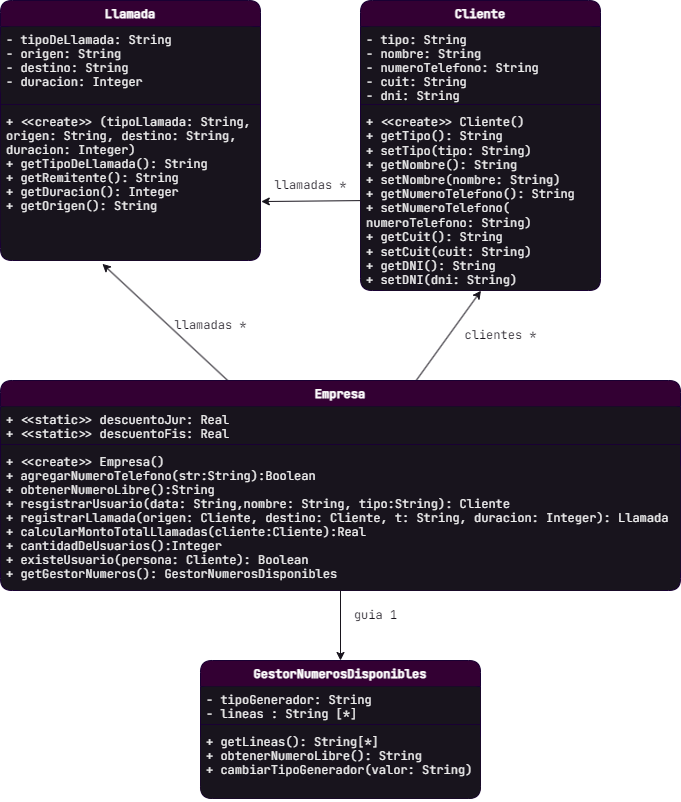
Above: Objetos2/Refactoring/Ejercicio 2 -/ejercicio_refactoring/uml.png in Kelisei/3er-anio-unlp (draw.io), before the change. Source tidied: cells renumbered, new cells last; positions are measured from the earlier drawing's top-left corner, leaving out a move shared by most shapes.
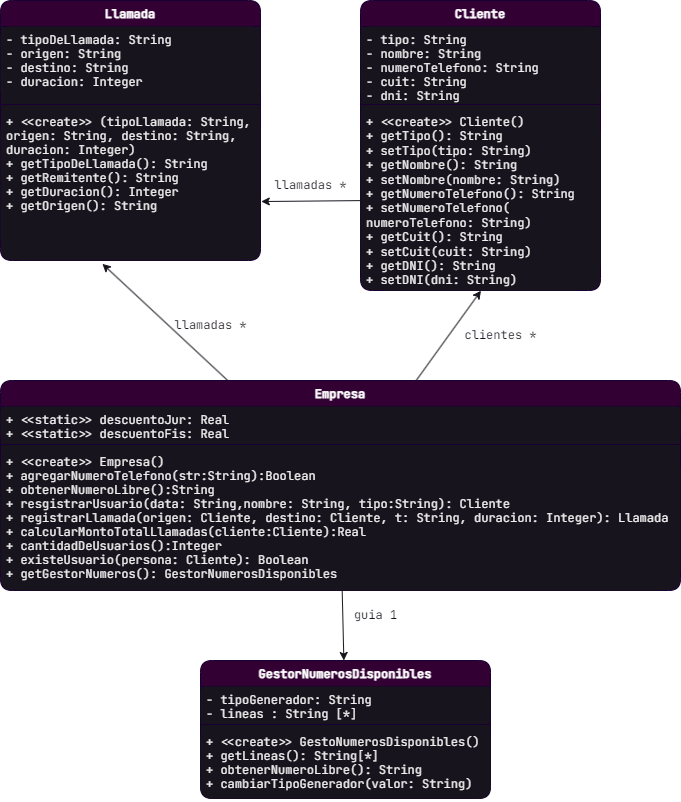
The same file after the commit.

What changed in the source:
```diff
@@ -1,18 +1,18 @@
-<mxGraphModel background="#ffffff">
+<mxGraphModel>
   <root>
     <mxCell id="0" />
     <mxCell id="1" parent="0" />
     <mxCell id="2" value="GestorNumerosDisponibles" style="swimlane;fontStyle=1;align=center;verticalAlign=top;horizontal=1;startSize=26;fontFamily=JetBrains Mono;fontSource=https%3A%2F%2Ffonts.googleapis.com%2Fcss%3Ffamily%3DJetBrains%2BMono;swimlaneFillColor=#18141D;fillColor=#330033;fontColor=#ffffff;strokeColor=#190033;rounded=1;" parent="1" vertex="1">
-      <mxGeometry x="200" y="660" width="280" height="138" as="geometry" />
+      <mxGeometry x="200" y="660" width="290" height="138" as="geometry" />
     </mxCell>
     <mxCell id="3" value="- tipoGenerador: String&#10;- lineas : String [*]" style="text;strokeColor=none;fillColor=#18141D;align=left;verticalAlign=top;spacingLeft=4;spacingRight=4;overflow=hidden;fontFamily=JetBrains Mono;fontSource=https%3A%2F%2Ffonts.googleapis.com%2Fcss%3Ffamily%3DJetBrains%2BMono;rounded=1;fontColor=#F0F0F0;" parent="2" vertex="1">
-      <mxGeometry y="26" width="280" height="34" as="geometry" />
+      <mxGeometry y="26" width="290" height="34" as="geometry" />
     </mxCell>
     <mxCell id="4" style="line;strokeWidth=1;fillColor=none;align=left;verticalAlign=middle;spacingTop=-1;spacingLeft=3;spacingRight=3;labelPosition=right;strokeColor=inherit;fontFamily=JetBrains Mono;fontSource=https%3A%2F%2Ffonts.googleapis.com%2Fcss%3Ffamily%3DJetBrains%2BMono;rounded=1;" parent="2" vertex="1">
-      <mxGeometry y="60" width="280" height="8" as="geometry" />
+      <mxGeometry y="60" width="290" height="8" as="geometry" />
     </mxCell>
-    <mxCell id="5" value="+ getLineas(): String[*]&#10;+ obtenerNumeroLibre(): String&#10;+ cambiarTipoGenerador(valor: String)" style="text;strokeColor=none;fillColor=#18141D;align=left;verticalAlign=top;spacingLeft=4;spacingRight=4;overflow=hidden;fontFamily=JetBrains Mono;fontSource=https%3A%2F%2Ffonts.googleapis.com%2Fcss%3Ffamily%3DJetBrains%2BMono;rounded=1;fontColor=#F0F0F0;" parent="2" vertex="1">
-      <mxGeometry y="68" width="280" height="70" as="geometry" />
+    <mxCell id="5" value="+ &lt;&lt;create&gt;&gt; GestoNumerosDisponibles()&#10;+ getLineas(): String[*]&#10;+ obtenerNumeroLibre(): String&#10;+ cambiarTipoGenerador(valor: String)" style="text;strokeColor=none;fillColor=#18141D;align=left;verticalAlign=top;spacingLeft=4;spacingRight=4;overflow=hidden;fontFamily=JetBrains Mono;fontSource=https%3A%2F%2Ffonts.googleapis.com%2Fcss%3Ffamily%3DJetBrains%2BMono;rounded=1;fontColor=#F0F0F0;" parent="2" vertex="1">
+      <mxGeometry y="68" width="290" height="70" as="geometry" />
     </mxCell>
     <mxCell id="6" value="Llamada" style="swimlane;fontStyle=1;align=center;verticalAlign=top;horizontal=1;startSize=26;fontFamily=JetBrains Mono;fontSource=https%3A%2F%2Ffonts.googleapis.com%2Fcss%3Ffamily%3DJetBrains%2BMono;swimlaneFillColor=#18141D;fillColor=#330033;fontColor=#ffffff;strokeColor=#190033;rounded=1;" parent="1" vertex="1">
       <mxGeometry width="260" height="260" as="geometry" />
```
